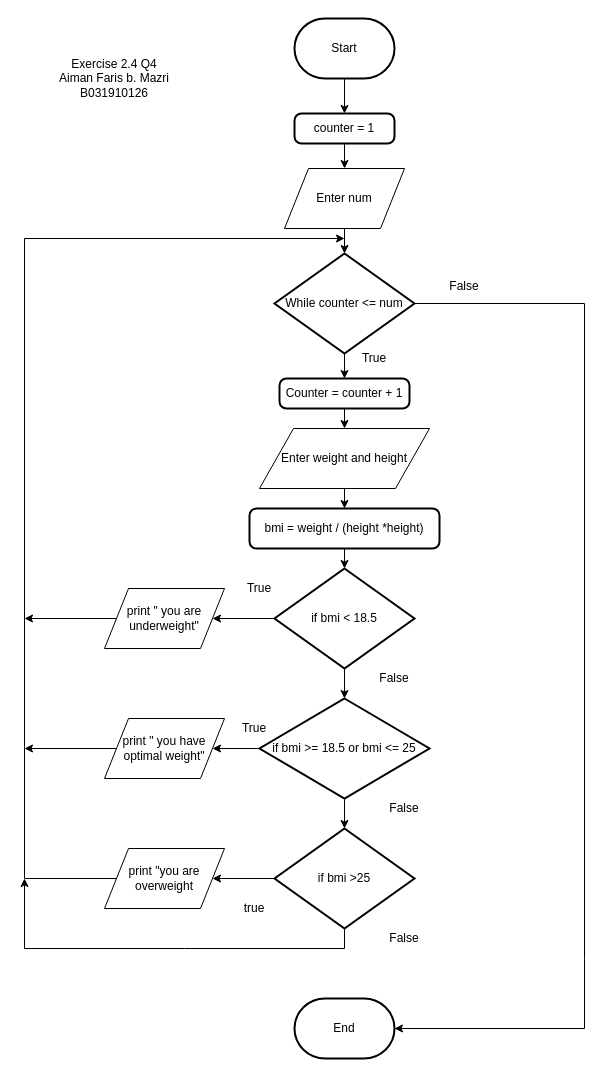
Earlier version of the draw.io diagram BMI.drawio (AimanFaris8900/Programming-techniques). Source tidied: cells renumbered, new cells numbered last; positions are measured from the earlier drawing's top-left corner, leaving out a move shared by most shapes. Both pictures are drawn from the tidied source at 100%, with x=0, y=0 at pixel (24, 18).
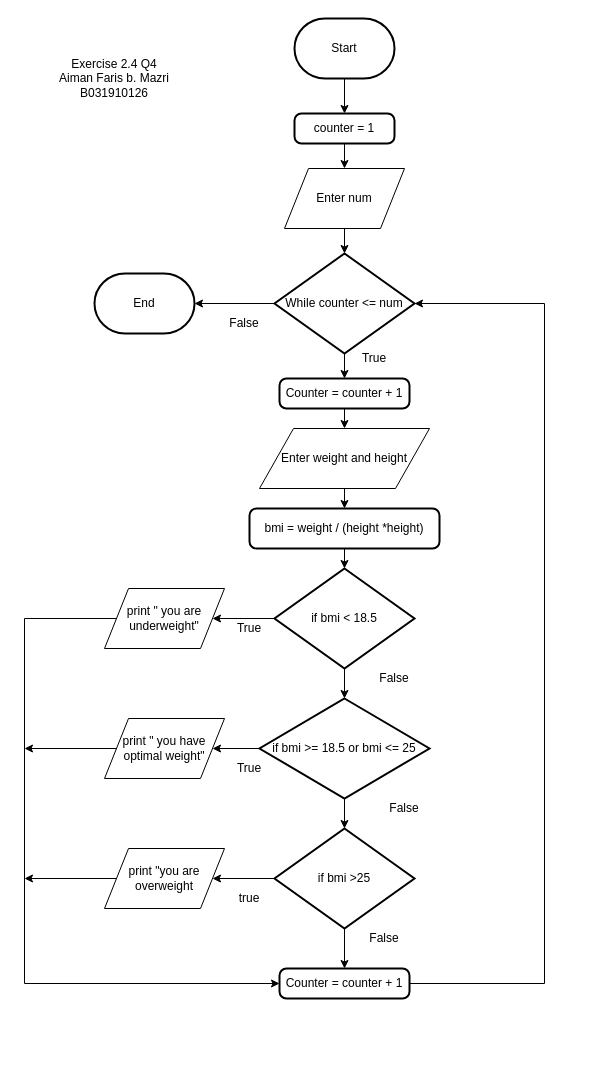
The same diagram, later.

The change refers to these unchanged cells:
```xml
<mxCell id="8" value="While counter &amp;lt;= num" style="strokeWidth=2;html=1;shape=mxgraph.flowchart.decision;whiteSpace=wrap;" parent="1" vertex="1">
  <mxGeometry x="250" y="235" width="140" height="100" as="geometry" />
</mxCell>
<mxCell id="23" value="if bmi &amp;gt;25" style="strokeWidth=2;html=1;shape=mxgraph.flowchart.decision;whiteSpace=wrap;" parent="1" vertex="1">
  <mxGeometry x="250" y="810" width="140" height="100" as="geometry" />
</mxCell>
<mxCell id="25" value="print &quot; you are underweight&quot;" style="shape=parallelogram;perimeter=parallelogramPerimeter;whiteSpace=wrap;html=1;" parent="1" vertex="1">
  <mxGeometry x="80" y="570" width="120" height="60" as="geometry" />
</mxCell>
<mxCell id="29" value="print &quot;you are overweight" style="shape=parallelogram;perimeter=parallelogramPerimeter;whiteSpace=wrap;html=1;" parent="1" vertex="1">
  <mxGeometry x="80" y="830" width="120" height="60" as="geometry" />
</mxCell>
<mxCell id="40" value="Counter = counter + 1" style="rounded=1;whiteSpace=wrap;html=1;absoluteArcSize=1;arcSize=14;strokeWidth=2;" parent="1" vertex="1">
  <mxGeometry x="255" y="360" width="130" height="30" as="geometry" />
</mxCell>
```

Change to the diagram source:
```diff
@@
+    <mxCell id="7" style="edgeStyle=orthogonalEdgeStyle;rounded=0;jettySize=auto;html=1;exitX=0.5;exitY=1;exitDx=0;exitDy=0;exitPerimeter=0;entryX=0.5;entryY=0;entryDx=0;entryDy=0;" parent="1" edge="1" source="8" target="40">
+      <mxGeometry relative="1" as="geometry" />
+    </mxCell>
-    <mxCell id="6" style="edgeStyle=none;rounded=0;jettySize=auto;html=1;exitX=1;exitY=0.5;exitDx=0;exitDy=0;exitPerimeter=0;entryX=1;entryY=0.5;entryDx=0;entryDy=0;entryPerimeter=0;" parent="1" edge="1" source="8" target="30">
-      <mxGeometry relative="1" as="geometry">
-        <Array as="points">
-          <mxPoint x="560" y="285" />
-          <mxPoint x="560" y="940" />
-          <mxPoint x="560" y="1010" />
-        </Array>
-      </mxGeometry>
+    <mxCell id="6" style="edgeStyle=none;rounded=0;jettySize=auto;html=1;exitX=0;exitY=0.5;exitDx=0;exitDy=0;exitPerimeter=0;entryX=1;entryY=0.5;entryDx=0;entryDy=0;entryPerimeter=0;" parent="1" edge="1" source="8" target="30">
+      <mxGeometry relative="1" as="geometry" />
     </mxCell>
-    <mxCell id="7" style="edgeStyle=orthogonalEdgeStyle;rounded=0;jettySize=auto;html=1;exitX=0.5;exitY=1;exitDx=0;exitDy=0;exitPerimeter=0;entryX=0.5;entryY=0;entryDx=0;entryDy=0;" parent="1" edge="1" source="8" target="40">
-      <mxGeometry relative="1" as="geometry" />
-    </mxCell>
@@
-    <mxCell id="21" style="edgeStyle=none;rounded=0;jettySize=auto;html=1;exitX=0.5;exitY=1;exitDx=0;exitDy=0;exitPerimeter=0;" parent="1" edge="1" source="23">
-      <mxGeometry relative="1" as="geometry">
-        <mxPoint y="860" as="targetPoint" />
-        <Array as="points">
-          <mxPoint x="320" y="930" />
-          <mxPoint x="160" y="930" />
-          <mxPoint y="930" />
-        </Array>
-      </mxGeometry>
-    </mxCell>
@@
+    <mxCell id="42" style="edgeStyle=orthogonalEdgeStyle;rounded=0;jettySize=auto;html=1;exitX=0.5;exitY=1;exitDx=0;exitDy=0;exitPerimeter=0;entryX=0.5;entryY=0;entryDx=0;entryDy=0;" parent="1" edge="1" source="23" target="46">
+      <mxGeometry relative="1" as="geometry" />
+    </mxCell>
@@
-    <mxCell id="24" style="edgeStyle=none;rounded=0;jettySize=auto;html=1;exitX=0;exitY=0.5;exitDx=0;exitDy=0;" parent="1" edge="1" source="25">
-      <mxGeometry relative="1" as="geometry">
-        <mxPoint y="600" as="targetPoint" />
-      </mxGeometry>
-    </mxCell>
+    <mxCell id="43" style="edgeStyle=none;rounded=0;jettySize=auto;html=1;exitX=0;exitY=0.5;exitDx=0;exitDy=0;entryX=0;entryY=0.5;entryDx=0;entryDy=0;entryPerimeter=0;" parent="1" edge="1" source="25" target="46">
+      <mxGeometry relative="1" as="geometry">
+        <Array as="points">
+          <mxPoint y="600" />
+          <mxPoint y="965" />
+        </Array>
+      </mxGeometry>
+    </mxCell>
@@
-    <mxCell id="28" style="edgeStyle=none;rounded=0;jettySize=auto;html=1;exitX=0;exitY=0.5;exitDx=0;exitDy=0;" parent="1" edge="1" source="29">
-      <mxGeometry relative="1" as="geometry">
-        <mxPoint x="320" y="220" as="targetPoint" />
-        <Array as="points">
-          <mxPoint y="860" />
-          <mxPoint y="220" />
-        </Array>
-      </mxGeometry>
-    </mxCell>
+    <mxCell id="44" style="edgeStyle=none;rounded=0;jettySize=auto;html=1;exitX=0;exitY=0.5;exitDx=0;exitDy=0;" parent="1" edge="1" source="29">
+      <mxGeometry relative="1" as="geometry">
+        <mxPoint y="860" as="targetPoint" />
+      </mxGeometry>
+    </mxCell>
@@
     <mxCell id="30" value="End" style="strokeWidth=2;html=1;shape=mxgraph.flowchart.terminator;whiteSpace=wrap;" parent="1" vertex="1">
-      <mxGeometry x="270" y="980" width="100" height="60" as="geometry" />
+      <mxGeometry x="70" y="255" width="100" height="60" as="geometry" />
     </mxCell>
     <mxCell id="31" value="true" style="text;html=1;strokeColor=none;fillColor=none;align=center;verticalAlign=middle;whiteSpace=wrap;overflow=hidden;" parent="1" vertex="1">
-      <mxGeometry x="190" y="880" width="80" height="20" as="geometry" />
+      <mxGeometry x="185" y="870" width="80" height="20" as="geometry" />
     </mxCell>
     <mxCell id="32" value="False" style="text;html=1;strokeColor=none;fillColor=none;align=center;verticalAlign=middle;whiteSpace=wrap;overflow=hidden;" parent="1" vertex="1">
-      <mxGeometry x="400" y="258" width="80" height="20" as="geometry" />
+      <mxGeometry x="180" y="295" width="80" height="20" as="geometry" />
     </mxCell>
@@
     <mxCell id="36" value="False" style="text;html=1;strokeColor=none;fillColor=none;align=center;verticalAlign=middle;whiteSpace=wrap;overflow=hidden;" parent="1" vertex="1">
-      <mxGeometry x="340" y="910" width="80" height="20" as="geometry" />
+      <mxGeometry x="320" y="910" width="80" height="20" as="geometry" />
     </mxCell>
     <mxCell id="37" value="True" style="text;html=1;strokeColor=none;fillColor=none;align=center;verticalAlign=middle;whiteSpace=wrap;overflow=hidden;" parent="1" vertex="1">
-      <mxGeometry x="195" y="560" width="80" height="20" as="geometry" />
+      <mxGeometry x="185" y="600" width="80" height="20" as="geometry" />
     </mxCell>
     <mxCell id="38" value="True" style="text;html=1;strokeColor=none;fillColor=none;align=center;verticalAlign=middle;whiteSpace=wrap;overflow=hidden;" parent="1" vertex="1">
-      <mxGeometry x="190" y="700" width="80" height="20" as="geometry" />
+      <mxGeometry x="185" y="740" width="80" height="20" as="geometry" />
     </mxCell>
@@
+    <mxCell id="45" style="edgeStyle=none;rounded=0;jettySize=auto;html=1;exitX=1;exitY=0.5;exitDx=0;exitDy=0;entryX=1;entryY=0.5;entryDx=0;entryDy=0;entryPerimeter=0;" parent="1" edge="1" source="46" target="8">
+      <mxGeometry relative="1" as="geometry">
+        <Array as="points">
+          <mxPoint x="520" y="965" />
+          <mxPoint x="520" y="285" />
+        </Array>
+      </mxGeometry>
+    </mxCell>
+    <mxCell id="46" value="Counter = counter + 1" style="rounded=1;whiteSpace=wrap;html=1;absoluteArcSize=1;arcSize=14;strokeWidth=2;" parent="1" vertex="1">
+      <mxGeometry x="255" y="950" width="130" height="30" as="geometry" />
+    </mxCell>
```
